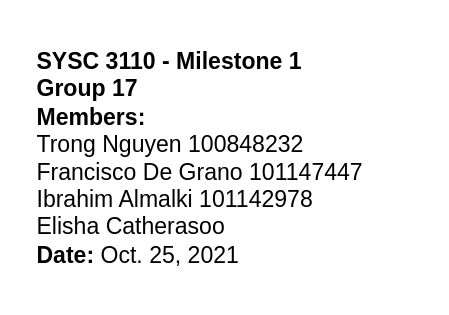
trong0dn/monopoly keeps this draw.io diagram as page "SequenceUML_2" (3 of 5) of M1_ClassUML.drawio. Above is the earlier version. Source tidied: cells renumbered, new cells numbered last; positions are measured from the earlier drawing's top-left corner, leaving out a move shared by most shapes. Both pictures are drawn from the tidied source at 192%, with x=0, y=0 at pixel (33, 33).
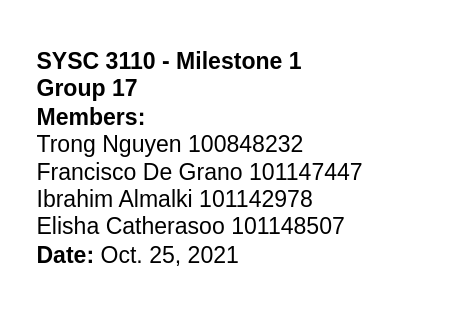
The same diagram, later.

The edit, as a diff of the source:
```diff
@@
 <mxGraphModel>
   <root>
     <mxCell id="0" />
     <mxCell id="1" parent="0" />
-    <mxCell id="2" value="&lt;b&gt;SYSC 3110 - Milestone 1&lt;/b&gt;&lt;br&gt;&lt;b&gt;Group 17&lt;/b&gt;&lt;br&gt;&lt;b&gt;Members:&lt;/b&gt;&lt;br&gt;Trong Nguyen 100848232 &lt;br&gt;Francisco De Grano 101147447 &lt;br&gt;Ibrahim Almalki 101142978 &lt;br&gt;Elisha Catherasoo&lt;br&gt;&lt;b&gt;Date: &lt;/b&gt;Oct. 25, 2021" style="text;html=1;strokeColor=none;fillColor=none;align=left;verticalAlign=middle;whiteSpace=wrap;rounded=0;" parent="1" vertex="1">
+    <mxCell id="2" value="&lt;b&gt;SYSC 3110 - Milestone 1&lt;/b&gt;&lt;br&gt;&lt;b&gt;Group 17&lt;/b&gt;&lt;br&gt;&lt;b&gt;Members:&lt;/b&gt;&lt;br&gt;Trong Nguyen 100848232 &lt;br&gt;Francisco De Grano 101147447 &lt;br&gt;Ibrahim Almalki 101142978 &lt;br&gt;Elisha Catherasoo 101148507&lt;br&gt;&lt;b&gt;Date: &lt;/b&gt;Oct. 25, 2021" style="text;html=1;strokeColor=none;fillColor=none;align=left;verticalAlign=middle;whiteSpace=wrap;rounded=0;" parent="1" vertex="1">
       <mxGeometry width="200" height="130" as="geometry" />
     </mxCell>
   </root>
 </mxGraphModel>
```
